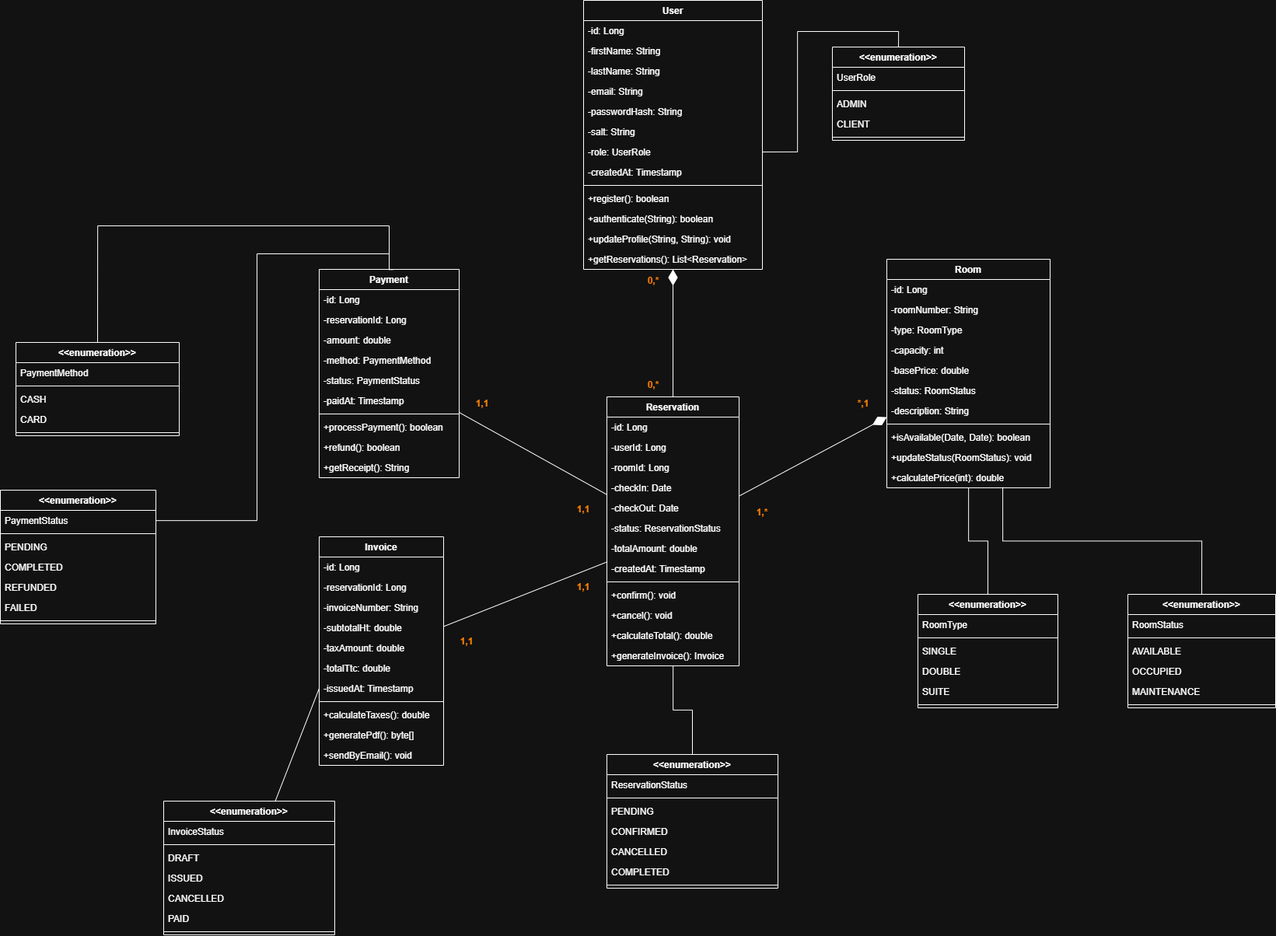
Earlier version of the draw.io export Diagrams/Diagram_Class.drawio.png (Oussama-Ait-Youss/Hotel-Management-Booking-V2). Source tidied: cells renumbered, new cells last; positions are measured from the earlier drawing's top-left corner, leaving out a move shared by most shapes.
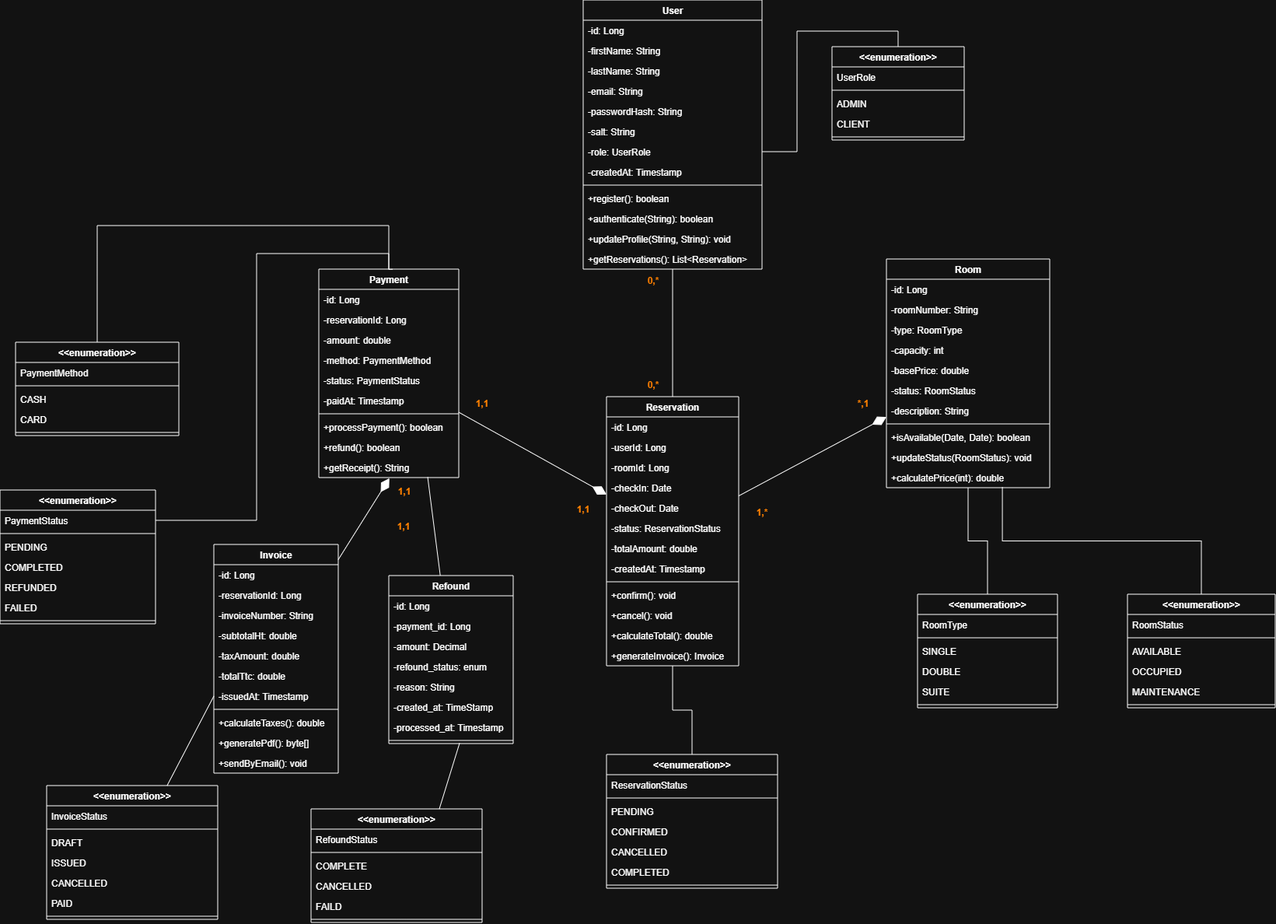
After the commit.

The edit, as a diff of the source:
```diff
@@ -156,7 +156,7 @@
       <mxGeometry y="242" width="180" height="26" as="geometry" />
     </mxCell>
     <mxCell id="53" value="Invoice" style="swimlane;fontStyle=1;horizontal=1;startSize=26;" parent="1" vertex="1">
-      <mxGeometry x="410" y="690" width="160" height="294" as="geometry" />
+      <mxGeometry x="275" y="700" width="160" height="294" as="geometry" />
     </mxCell>
     <mxCell id="54" value="-id: Long" style="text;strokeColor=none;fillColor=none;align=left;verticalAlign=top;spacingLeft=4;spacingRight=4;overflow=hidden;" parent="53" vertex="1">
       <mxGeometry y="26" width="160" height="26" as="geometry" />
@@ -347,13 +347,13 @@
         </Array>
       </mxGeometry>
     </mxCell>
-    <mxCell id="113" style="endArrow=diamondThin;html=1;rounded=0;verticalAlign=middle;endFill=1;strokeWidth=1;endSize=18;" parent="1" edge="1" source="28" target="2">
+    <mxCell id="113" style="endArrow=none;html=1;rounded=0;verticalAlign=middle;endFill=0;strokeWidth=1;endSize=18;" parent="1" edge="1" source="28" target="2">
       <mxGeometry relative="1" as="geometry" />
     </mxCell>
     <mxCell id="114" style="endArrow=diamondThin;html=1;rounded=0;endFill=1;endSize=18;" parent="1" edge="1" source="28" target="16">
       <mxGeometry relative="1" as="geometry" />
     </mxCell>
-    <mxCell id="115" style="endArrow=none;html=1;rounded=0;entryX=0.004;entryY=0.159;entryDx=0;entryDy=0;entryPerimeter=0;endFill=0;" parent="1" edge="1" source="53" target="36">
+    <mxCell id="115" style="endArrow=diamondThin;html=1;rounded=0;entryX=0.179;entryY=-0.071;entryDx=0;entryDy=0;entryPerimeter=0;endFill=1;endSize=18;" parent="1" edge="1" source="53" target="121">
       <mxGeometry relative="1" as="geometry" />
     </mxCell>
     <mxCell id="116" value="&lt;b&gt;&lt;font style=&quot;color: rgb(255, 128, 0);&quot;&gt;0,*&lt;/font&gt;&lt;/b&gt;" style="text;html=1;whiteSpace=wrap;strokeColor=none;fillColor=none;align=center;verticalAlign=middle;rounded=0;" parent="1" vertex="1">
@@ -362,7 +362,7 @@
     <mxCell id="117" value="&lt;b&gt;&lt;font style=&quot;color: rgb(255, 128, 0);&quot;&gt;0,*&lt;/font&gt;&lt;/b&gt;" style="text;html=1;whiteSpace=wrap;strokeColor=none;fillColor=none;align=center;verticalAlign=middle;rounded=0;" parent="1" vertex="1">
       <mxGeometry x="810" y="480" width="60" height="30" as="geometry" />
     </mxCell>
-    <mxCell id="118" style="endArrow=none;html=1;rounded=0;endFill=0;" parent="1" edge="1" source="42" target="28">
+    <mxCell id="118" style="endArrow=diamondThin;html=1;rounded=0;endFill=1;endSize=18;" parent="1" edge="1" source="42" target="28">
       <mxGeometry relative="1" as="geometry" />
     </mxCell>
     <mxCell id="119" value="&lt;b&gt;&lt;font style=&quot;color: rgb(255, 128, 0);&quot;&gt;1,1&lt;/font&gt;&lt;/b&gt;" style="text;html=1;whiteSpace=wrap;strokeColor=none;fillColor=none;align=center;verticalAlign=middle;rounded=0;" parent="1" vertex="1">
@@ -372,10 +372,10 @@
       <mxGeometry x="720" y="640" width="60" height="30" as="geometry" />
     </mxCell>
     <mxCell id="121" value="&lt;b&gt;&lt;font style=&quot;color: rgb(255, 128, 0);&quot;&gt;1,1&lt;/font&gt;&lt;/b&gt;" style="text;html=1;whiteSpace=wrap;strokeColor=none;fillColor=none;align=center;verticalAlign=middle;rounded=0;" parent="1" vertex="1">
-      <mxGeometry x="720" y="740" width="60" height="30" as="geometry" />
+      <mxGeometry x="490" y="617" width="60" height="30" as="geometry" />
     </mxCell>
     <mxCell id="122" value="&lt;b&gt;&lt;font style=&quot;color: rgb(255, 128, 0);&quot;&gt;1,1&lt;/font&gt;&lt;/b&gt;" style="text;html=1;whiteSpace=wrap;strokeColor=none;fillColor=none;align=center;verticalAlign=middle;rounded=0;" parent="1" vertex="1">
-      <mxGeometry x="570" y="810" width="60" height="30" as="geometry" />
+      <mxGeometry x="489" y="662" width="60" height="30" as="geometry" />
     </mxCell>
     <mxCell id="123" value="&lt;b&gt;&lt;font style=&quot;color: rgb(255, 128, 0);&quot;&gt;1,*&lt;/font&gt;&lt;/b&gt;" style="text;html=1;whiteSpace=wrap;strokeColor=none;fillColor=none;align=center;verticalAlign=middle;rounded=0;" parent="1" vertex="1">
       <mxGeometry x="950" y="644" width="60" height="30" as="geometry" />
@@ -384,7 +384,7 @@
       <mxGeometry x="1080" y="504" width="60" height="30" as="geometry" />
     </mxCell>
     <mxCell id="125" value="&lt;&lt;enumeration&gt;&gt;" style="swimlane;fontStyle=1;horizontal=1;startSize=26;" parent="1" vertex="1">
-      <mxGeometry x="210" y="1030" width="220" height="172" as="geometry" />
+      <mxGeometry x="60" y="1010" width="220" height="172" as="geometry" />
     </mxCell>
     <mxCell id="126" value="InvoiceStatus" style="text;strokeColor=none;fillColor=none;align=left;verticalAlign=top;spacingLeft=4;spacingRight=4;overflow=hidden;" parent="125" vertex="1">
       <mxGeometry y="26" width="220" height="26" as="geometry" />
@@ -410,5 +410,59 @@
     <mxCell id="133" style="endArrow=none;html=1;rounded=0;entryX=0;entryY=0.5;entryDx=0;entryDy=0;endFill=0;" parent="1" edge="1" source="125" target="60">
       <mxGeometry relative="1" as="geometry" />
     </mxCell>
+    <mxCell id="134" value="Refound" style="swimlane;fontStyle=1;horizontal=1;startSize=26;" parent="1" vertex="1">
+      <mxGeometry x="500" y="740" width="160" height="216" as="geometry" />
+    </mxCell>
+    <mxCell id="135" value="-id: Long" style="text;strokeColor=none;fillColor=none;align=left;verticalAlign=top;spacingLeft=4;spacingRight=4;overflow=hidden;" parent="134" vertex="1">
+      <mxGeometry y="26" width="160" height="26" as="geometry" />
+    </mxCell>
+    <mxCell id="136" value="-payment_id: Long" style="text;strokeColor=none;fillColor=none;align=left;verticalAlign=top;spacingLeft=4;spacingRight=4;overflow=hidden;" parent="134" vertex="1">
+      <mxGeometry y="52" width="160" height="26" as="geometry" />
+    </mxCell>
+    <mxCell id="137" value="-amount: Decimal" style="text;strokeColor=none;fillColor=none;align=left;verticalAlign=top;spacingLeft=4;spacingRight=4;overflow=hidden;" parent="134" vertex="1">
+      <mxGeometry y="78" width="160" height="26" as="geometry" />
+    </mxCell>
+    <mxCell id="138" value="-refound_status: enum" style="text;strokeColor=none;fillColor=none;align=left;verticalAlign=top;spacingLeft=4;spacingRight=4;overflow=hidden;" parent="134" vertex="1">
+      <mxGeometry y="104" width="160" height="26" as="geometry" />
+    </mxCell>
+    <mxCell id="139" value="-reason: String" style="text;strokeColor=none;fillColor=none;align=left;verticalAlign=top;spacingLeft=4;spacingRight=4;overflow=hidden;" parent="134" vertex="1">
+      <mxGeometry y="130" width="160" height="26" as="geometry" />
+    </mxCell>
+    <mxCell id="140" value="-created_at: TimeStamp" style="text;strokeColor=none;fillColor=none;align=left;verticalAlign=top;spacingLeft=4;spacingRight=4;overflow=hidden;" parent="134" vertex="1">
+      <mxGeometry y="156" width="160" height="26" as="geometry" />
+    </mxCell>
+    <mxCell id="141" value="-processed_at: Timestamp" style="text;strokeColor=none;fillColor=none;align=left;verticalAlign=top;spacingLeft=4;spacingRight=4;overflow=hidden;" parent="134" vertex="1">
+      <mxGeometry y="182" width="160" height="26" as="geometry" />
+    </mxCell>
+    <mxCell id="142" style="line;strokeWidth=1;fillColor=none;align=left;verticalAlign=middle;spacingTop=-1;spacingLeft=3;spacingRight=3;labelPosition=right;points=[];portConstraint=eastwest;" parent="134" vertex="1">
+      <mxGeometry y="208" width="160" height="8" as="geometry" />
+    </mxCell>
+    <mxCell id="143" style="endArrow=none;html=1;rounded=0;entryX=0.778;entryY=0.981;entryDx=0;entryDy=0;entryPerimeter=0;endFill=0;" parent="1" edge="1" source="134" target="52">
+      <mxGeometry relative="1" as="geometry" />
+    </mxCell>
+    <mxCell id="144" value="&lt;&lt;enumeration&gt;&gt;" style="swimlane;fontStyle=1;horizontal=1;startSize=26;" parent="1" vertex="1">
+      <mxGeometry x="400" y="1040" width="220" height="146" as="geometry" />
+    </mxCell>
+    <mxCell id="145" value="RefoundStatus" style="text;strokeColor=none;fillColor=none;align=left;verticalAlign=top;spacingLeft=4;spacingRight=4;overflow=hidden;" parent="144" vertex="1">
+      <mxGeometry y="26" width="220" height="26" as="geometry" />
+    </mxCell>
+    <mxCell id="146" style="line;strokeWidth=1;fillColor=none;align=left;verticalAlign=middle;spacingTop=-1;spacingLeft=3;spacingRight=3;labelPosition=right;" parent="144" vertex="1">
+      <mxGeometry y="52" width="220" height="8" as="geometry" />
+    </mxCell>
+    <mxCell id="147" value="COMPLETE" style="text;strokeColor=none;fillColor=none;align=left;verticalAlign=top;spacingLeft=4;spacingRight=4;overflow=hidden;" parent="144" vertex="1">
+      <mxGeometry y="60" width="220" height="26" as="geometry" />
+    </mxCell>
+    <mxCell id="148" value="CANCELLED" style="text;strokeColor=none;fillColor=none;align=left;verticalAlign=top;spacingLeft=4;spacingRight=4;overflow=hidden;" parent="144" vertex="1">
+      <mxGeometry y="86" width="220" height="26" as="geometry" />
+    </mxCell>
+    <mxCell id="149" value="FAILD" style="text;strokeColor=none;fillColor=none;align=left;verticalAlign=top;spacingLeft=4;spacingRight=4;overflow=hidden;" parent="144" vertex="1">
+      <mxGeometry y="112" width="220" height="26" as="geometry" />
+    </mxCell>
+    <mxCell id="150" style="line;strokeWidth=1;fillColor=none;align=left;verticalAlign=middle;spacingTop=-1;spacingLeft=3;spacingRight=3;labelPosition=right;" parent="144" vertex="1">
+      <mxGeometry y="138" width="220" height="8" as="geometry" />
+    </mxCell>
+    <mxCell id="151" style="endArrow=none;html=1;rounded=0;entryX=0.569;entryY=0.938;entryDx=0;entryDy=0;endFill=0;entryPerimeter=0;exitX=0.75;exitY=0;exitDx=0;exitDy=0;" parent="1" edge="1" source="144" target="142">
+      <mxGeometry relative="1" as="geometry" />
+    </mxCell>
   </root>
 </mxGraphModel>
```
